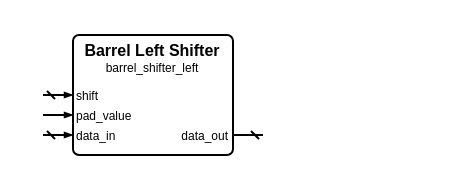
Before: sources/operations/barrel_shifter_left/barrel_shifter_left.symbol.drawio in Louis-DR/OmniCores-BuildingBlocks, a draw.io diagram. Source tidied: cells renumbered, new cells numbered last; positions are measured from the earlier drawing's top-left corner, leaving out a move shared by most shapes. Both pictures are drawn from the tidied source at 200%, with x=0, y=0 at pixel (42, 34).
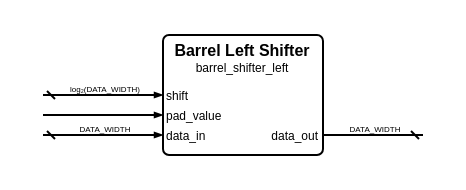
The same diagram, later.

What changed in the source:
```diff
@@
     <mxCell id="2" style="group;" parent="1" vertex="1">
-      <mxGeometry width="110" height="60" as="geometry" />
+      <mxGeometry width="190" height="60" as="geometry" />
     </mxCell>
     <mxCell id="3" style="rounded=1;arcSize=5;fillColor=none;strokeWidth=1;strokeColor=black;whiteSpace=wrap;html=1;" parent="2" vertex="1">
-      <mxGeometry x="15" width="80" height="60" as="geometry" />
+      <mxGeometry x="60" width="80" height="60" as="geometry" />
     </mxCell>
     <mxCell id="4" value="Barrel Left Shifter" style="text;html=1;align=center;verticalAlign=middle;whiteSpace=wrap;rounded=0;fontSize=8;fontStyle=1;fontColor=black;" parent="2" vertex="1">
-      <mxGeometry x="15" y="7" width="80" as="geometry" />
+      <mxGeometry x="60" y="7" width="80" as="geometry" />
     </mxCell>
     <mxCell id="5" value="barrel_shifter_left" style="text;html=1;align=center;verticalAlign=middle;whiteSpace=wrap;rounded=0;fontSize=6;fontStyle=0;fontColor=black;" parent="2" vertex="1">
-      <mxGeometry x="15" y="16" width="80" as="geometry" />
+      <mxGeometry x="60" y="16" width="80" as="geometry" />
     </mxCell>
     <mxCell id="6" value="shift" style="text;html=1;align=left;verticalAlign=middle;whiteSpace=wrap;rounded=0;fontSize=6;fontStyle=0;fontColor=black;" parent="2" vertex="1">
-      <mxGeometry x="15" y="30" width="80" as="geometry" />
+      <mxGeometry x="60" y="30" width="80" as="geometry" />
     </mxCell>
     <mxCell id="7" style="html=1;rounded=1;strokeWidth=1;strokeColor=black;startFill=0;startSize=2;startArrow=dash;endFill=1;endSize=2;endArrow=blockThin;sourcePerimeterSpacing=0;" parent="2" edge="1">
       <mxGeometry relative="1" as="geometry">
         <mxPoint y="30" as="sourcePoint" />
-        <mxPoint x="15" y="30" as="targetPoint" />
+        <mxPoint x="60" y="30" as="targetPoint" />
       </mxGeometry>
     </mxCell>
+    <mxCell id="14" value="log₂(DATA_WIDTH)" style="text;html=1;align=center;verticalAlign=middle;whiteSpace=nowrap;rounded=0;fontSize=4;fontStyle=0;fontColor=black;" parent="2" vertex="1">
+      <mxGeometry x="30" y="27" as="geometry" />
+    </mxCell>
     <mxCell id="8" value="pad_value" style="text;html=1;align=left;verticalAlign=middle;whiteSpace=wrap;rounded=0;fontSize=6;fontStyle=0;fontColor=black;" parent="2" vertex="1">
-      <mxGeometry x="15" y="40" width="80" as="geometry" />
+      <mxGeometry x="60" y="40" width="80" as="geometry" />
     </mxCell>
     <mxCell id="9" style="html=1;rounded=1;strokeWidth=1;strokeColor=black;startFill=0;startSize=2;startArrow=none;endFill=1;endSize=2;endArrow=blockThin;sourcePerimeterSpacing=0;" parent="2" edge="1">
       <mxGeometry relative="1" as="geometry">
         <mxPoint y="40" as="sourcePoint" />
-        <mxPoint x="15" y="40" as="targetPoint" />
+        <mxPoint x="60" y="40" as="targetPoint" />
       </mxGeometry>
     </mxCell>
     <mxCell id="10" value="data_in" style="text;html=1;align=left;verticalAlign=middle;whiteSpace=wrap;rounded=0;fontSize=6;fontStyle=0;fontColor=black;" parent="2" vertex="1">
-      <mxGeometry x="15" y="50" width="80" as="geometry" />
+      <mxGeometry x="60" y="50" width="80" as="geometry" />
     </mxCell>
     <mxCell id="11" style="html=1;rounded=1;strokeWidth=1;strokeColor=black;startFill=0;startSize=2;startArrow=dash;endFill=1;endSize=2;endArrow=blockThin;sourcePerimeterSpacing=0;" parent="2" edge="1">
       <mxGeometry relative="1" as="geometry">
         <mxPoint y="50" as="sourcePoint" />
-        <mxPoint x="15" y="50" as="targetPoint" />
+        <mxPoint x="60" y="50" as="targetPoint" />
       </mxGeometry>
     </mxCell>
+    <mxCell id="15" value="DATA_WIDTH" style="text;html=1;align=center;verticalAlign=middle;whiteSpace=nowrap;rounded=0;fontSize=4;fontStyle=0;fontColor=black;" parent="2" vertex="1">
+      <mxGeometry x="30" y="47" as="geometry" />
+    </mxCell>
     <mxCell id="12" value="data_out" style="text;html=1;align=right;verticalAlign=middle;whiteSpace=wrap;rounded=0;fontSize=6;fontStyle=0;fontColor=black;" parent="2" vertex="1">
-      <mxGeometry x="15" y="50" width="80" as="geometry" />
+      <mxGeometry x="60" y="50" width="80" as="geometry" />
     </mxCell>
     <mxCell id="13" style="html=1;rounded=1;strokeWidth=1;strokeColor=black;startFill=0;startSize=2;startArrow=dash;endFill=1;endSize=2;endArrow=none;sourcePerimeterSpacing=0;" parent="2" edge="1">
       <mxGeometry relative="1" as="geometry">
-        <mxPoint x="110" y="50" as="sourcePoint" />
-        <mxPoint x="95" y="50" as="targetPoint" />
+        <mxPoint x="190" y="50" as="sourcePoint" />
+        <mxPoint x="140" y="50" as="targetPoint" />
       </mxGeometry>
     </mxCell>
+    <mxCell id="16" value="DATA_WIDTH" style="text;html=1;align=center;verticalAlign=middle;whiteSpace=nowrap;rounded=0;fontSize=4;fontStyle=0;fontColor=black;" parent="2" vertex="1">
+      <mxGeometry x="165" y="47" as="geometry" />
+    </mxCell>
```
